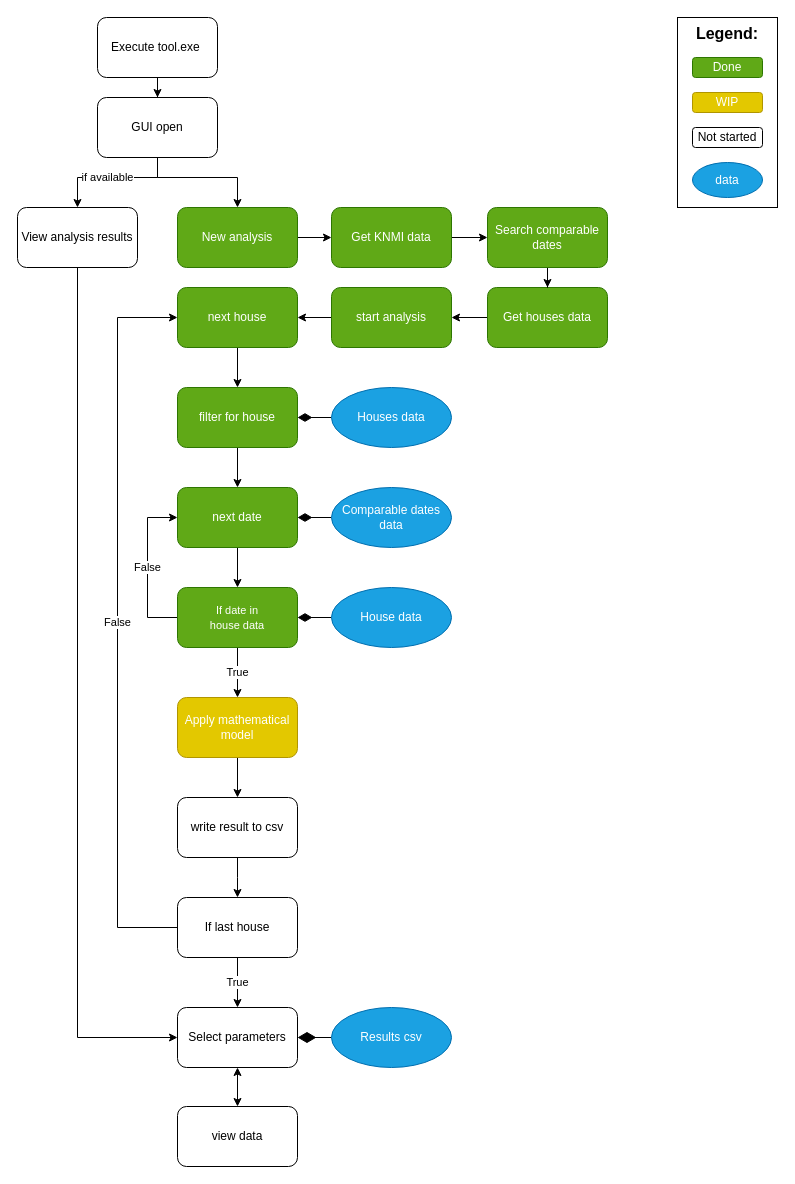
Before: tool flowchart.drawio in Luko-14/tool, a draw.io diagram. Source tidied: cells renumbered, new cells numbered last; positions are measured from the earlier drawing's top-left corner, leaving out a move shared by most shapes. Both pictures are drawn from the tidied source at 100%, with x=0, y=0 at pixel (17, 17).
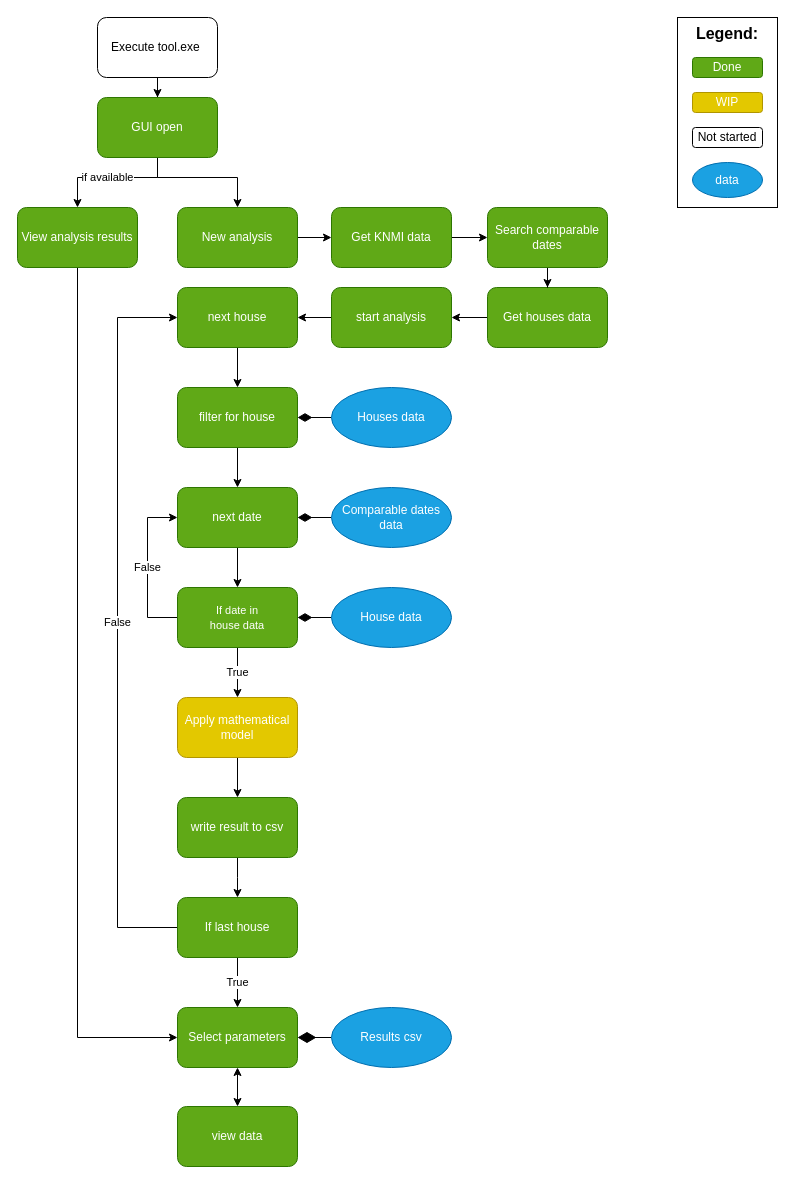
After the change.

Diff of the diagram source:
```diff
@@
-    <mxCell id="6" value="GUI open" style="whiteSpace=wrap;html=1;rounded=1;" parent="1" vertex="1">
+    <mxCell id="6" value="GUI open" style="whiteSpace=wrap;html=1;rounded=1;fillColor=#60a917;strokeColor=#2D7600;fontColor=#ffffff;" parent="1" vertex="1">
       <mxGeometry x="80" y="80" width="120" height="60" as="geometry" />
     </mxCell>
@@
-    <mxCell id="13" value="View analysis results" style="rounded=1;whiteSpace=wrap;html=1;" parent="1" vertex="1">
+    <mxCell id="13" value="View analysis results" style="rounded=1;whiteSpace=wrap;html=1;fillColor=#60a917;strokeColor=#2D7600;fontColor=#ffffff;" parent="1" vertex="1">
       <mxGeometry y="190" width="120" height="60" as="geometry" />
     </mxCell>
@@
-    <mxCell id="17" value="write result to csv" style="whiteSpace=wrap;html=1;rounded=1;" parent="1" vertex="1">
+    <mxCell id="17" value="write result to csv" style="whiteSpace=wrap;html=1;rounded=1;fillColor=#60a917;strokeColor=#2D7600;fontColor=#ffffff;" parent="1" vertex="1">
       <mxGeometry x="160" y="780" width="120" height="60" as="geometry" />
     </mxCell>
@@
-    <mxCell id="19" value="Select parameters" style="whiteSpace=wrap;html=1;rounded=1;" parent="1" vertex="1">
+    <mxCell id="19" value="Select parameters" style="whiteSpace=wrap;html=1;rounded=1;fillColor=#60a917;strokeColor=#2D7600;fontColor=#ffffff;" parent="1" vertex="1">
       <mxGeometry x="160" y="990" width="120" height="60" as="geometry" />
     </mxCell>
@@
-    <mxCell id="21" value="view data" style="whiteSpace=wrap;html=1;rounded=1;" parent="1" vertex="1">
+    <mxCell id="21" value="view data" style="whiteSpace=wrap;html=1;rounded=1;fillColor=#60a917;strokeColor=#2D7600;fontColor=#ffffff;" parent="1" vertex="1">
       <mxGeometry x="160" y="1089" width="120" height="60" as="geometry" />
     </mxCell>
@@
-    <mxCell id="44" value="If last house" style="whiteSpace=wrap;html=1;rounded=1;" parent="1" vertex="1">
+    <mxCell id="44" value="If last house" style="whiteSpace=wrap;html=1;rounded=1;fillColor=#60a917;strokeColor=#2D7600;fontColor=#ffffff;" parent="1" vertex="1">
       <mxGeometry x="160" y="880" width="120" height="60" as="geometry" />
     </mxCell>
```
